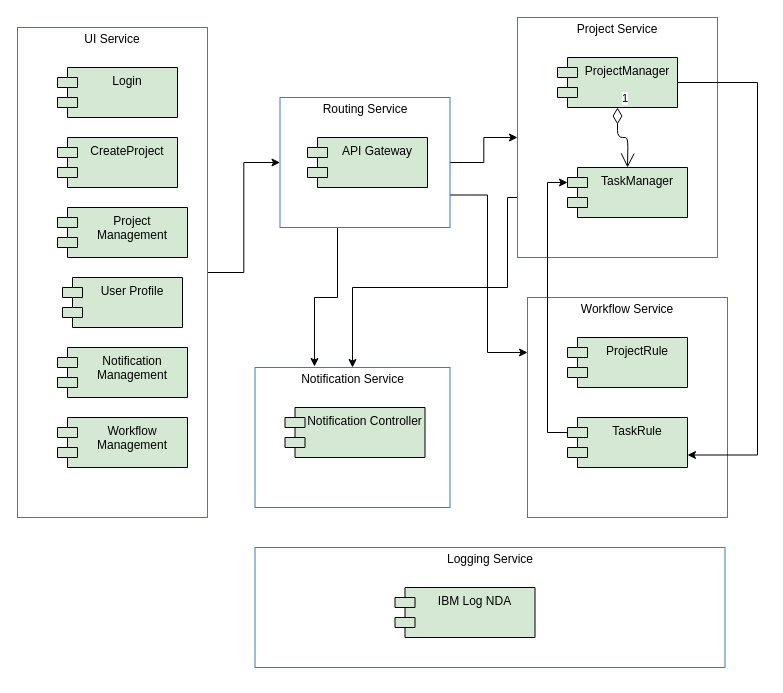
This is page "Component Model" (3 of 4) of oasis-architecture.drawio from JackZhao2517/drawio_folder, a draw.io file, before an edit. Source tidied: cells renumbered, new cells numbered last; positions are measured from the earlier drawing's top-left corner, leaving out a move shared by most shapes. Both pictures are drawn from the tidied source at 100%, with x=0, y=0 at pixel (17, 17).
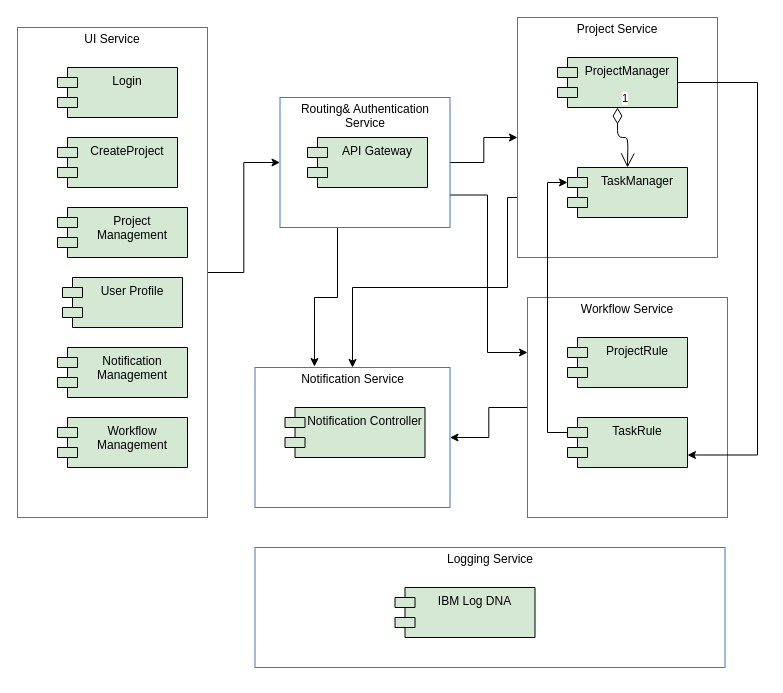
The same diagram, later.

The change refers to these unchanged cells:
```xml
<mxCell id="6" value="Workflow Service" style="fontStyle=0;verticalAlign=top;align=center;spacingTop=-2;fillColor=none;rounded=0;whiteSpace=wrap;html=1;strokeColor=#4376BB;strokeWidth=1;dashed=0;" parent="1" vertex="1">
  <mxGeometry x="510" y="280" width="200" height="220" as="geometry" />
</mxCell>
<mxCell id="9" value="Notification Service" style="fontStyle=0;verticalAlign=top;align=center;spacingTop=-2;fillColor=none;rounded=0;whiteSpace=wrap;html=1;strokeColor=#4376BB;strokeWidth=1;dashed=0;" parent="1" vertex="1">
  <mxGeometry x="237.5" y="350" width="195" height="140" as="geometry" />
</mxCell>
<mxCell id="27" value="Logging Service" style="fontStyle=0;verticalAlign=top;align=center;spacingTop=-2;fillColor=none;rounded=0;whiteSpace=wrap;html=1;strokeColor=#4376BB;strokeWidth=1;dashed=0;" parent="1" vertex="1">
  <mxGeometry x="237.5" y="530" width="470" height="120" as="geometry" />
</mxCell>
```

What changed in the source:
```diff
@@
+    <mxCell id="30" style="edgeStyle=orthogonalEdgeStyle;rounded=0;jettySize=auto;html=1;exitX=0;exitY=0.5;exitDx=0;exitDy=0;entryX=1;entryY=0.5;entryDx=0;entryDy=0;" parent="1" edge="1" source="6" target="9">
+      <mxGeometry relative="1" as="geometry" />
+    </mxCell>
@@
-    <mxCell id="22" value="Routing Service" style="fontStyle=0;verticalAlign=top;align=center;spacingTop=-2;fillColor=none;rounded=0;whiteSpace=wrap;html=1;strokeColor=#4376BB;strokeWidth=1;dashed=0;" parent="1" vertex="1">
+    <mxCell id="22" value="&lt;div&gt;Routing&amp;amp; Authentication Service &lt;br&gt;&lt;/div&gt;" style="fontStyle=0;verticalAlign=top;align=center;spacingTop=-2;fillColor=none;rounded=0;whiteSpace=wrap;html=1;strokeColor=#4376BB;strokeWidth=1;dashed=0;" parent="1" vertex="1">
       <mxGeometry x="262.5" y="80" width="170" height="130" as="geometry" />
     </mxCell>
@@
-    <mxCell id="28" value="IBM Log NDA" style="shape=module;align=left;spacingLeft=20;align=center;verticalAlign=top;fillColor=#D5E8D4;" parent="27" vertex="1">
+    <mxCell id="28" value="IBM Log DNA" style="shape=module;align=left;spacingLeft=20;align=center;verticalAlign=top;fillColor=#D5E8D4;" parent="27" vertex="1">
       <mxGeometry x="140" y="40" width="140" height="50" as="geometry" />
     </mxCell>
```
